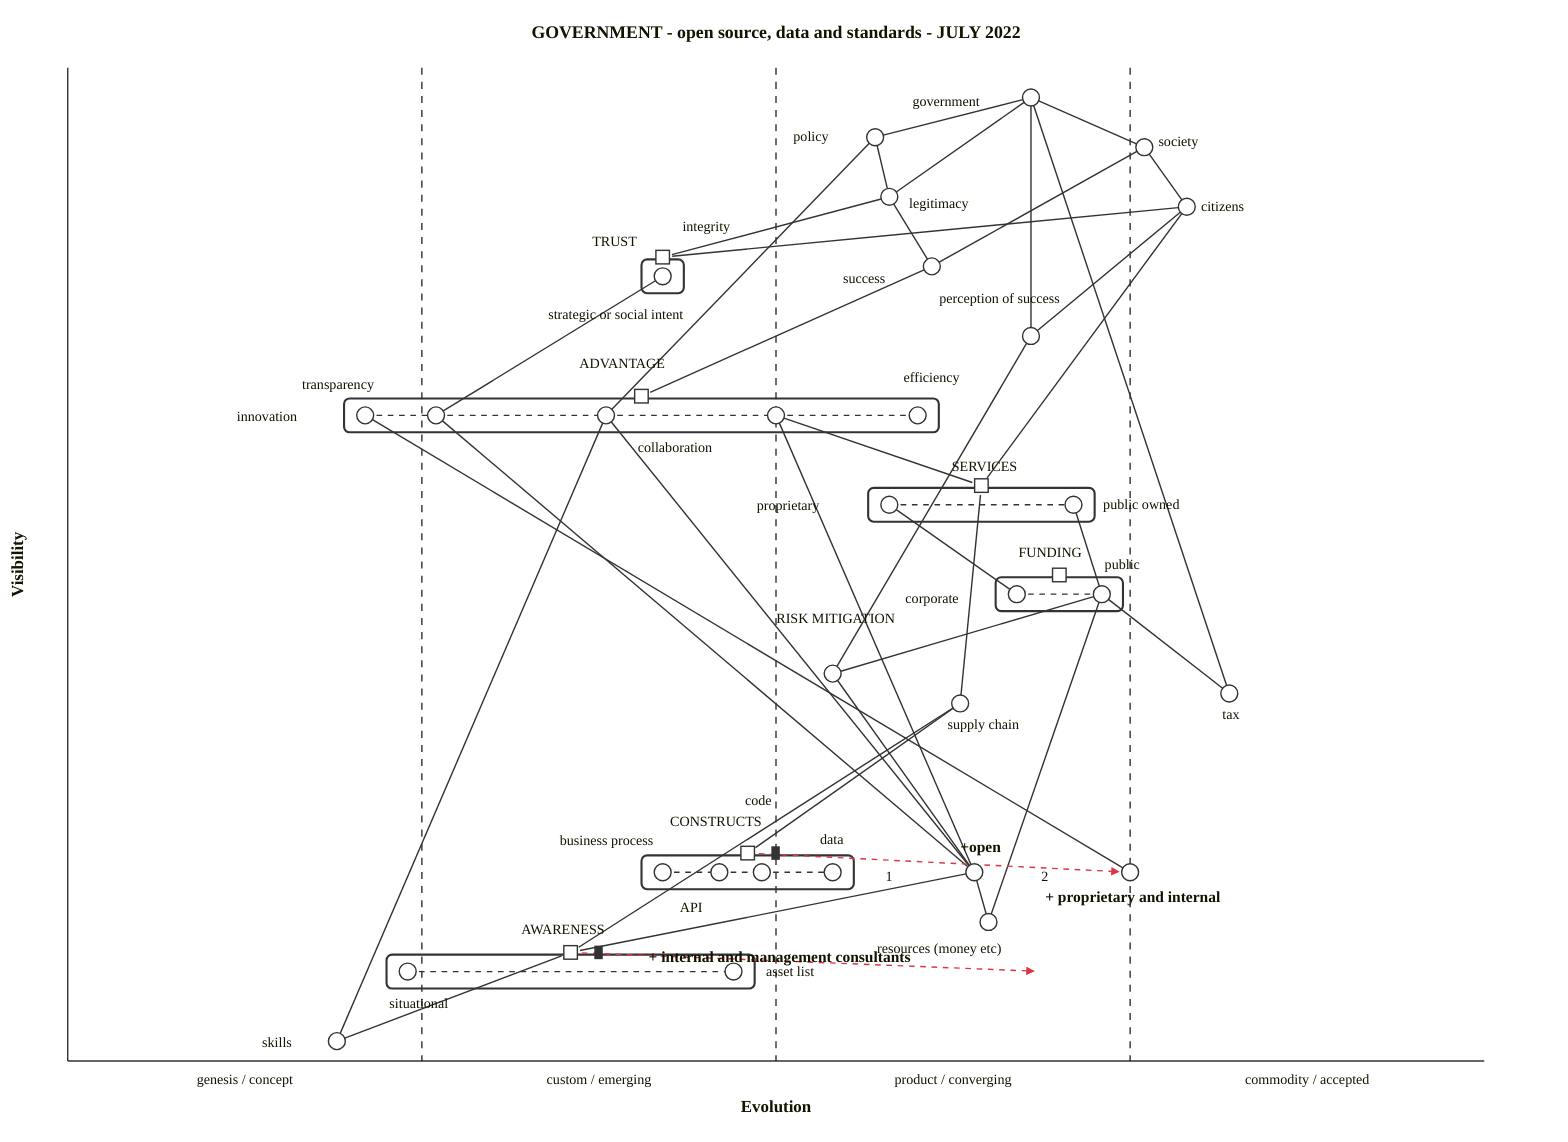
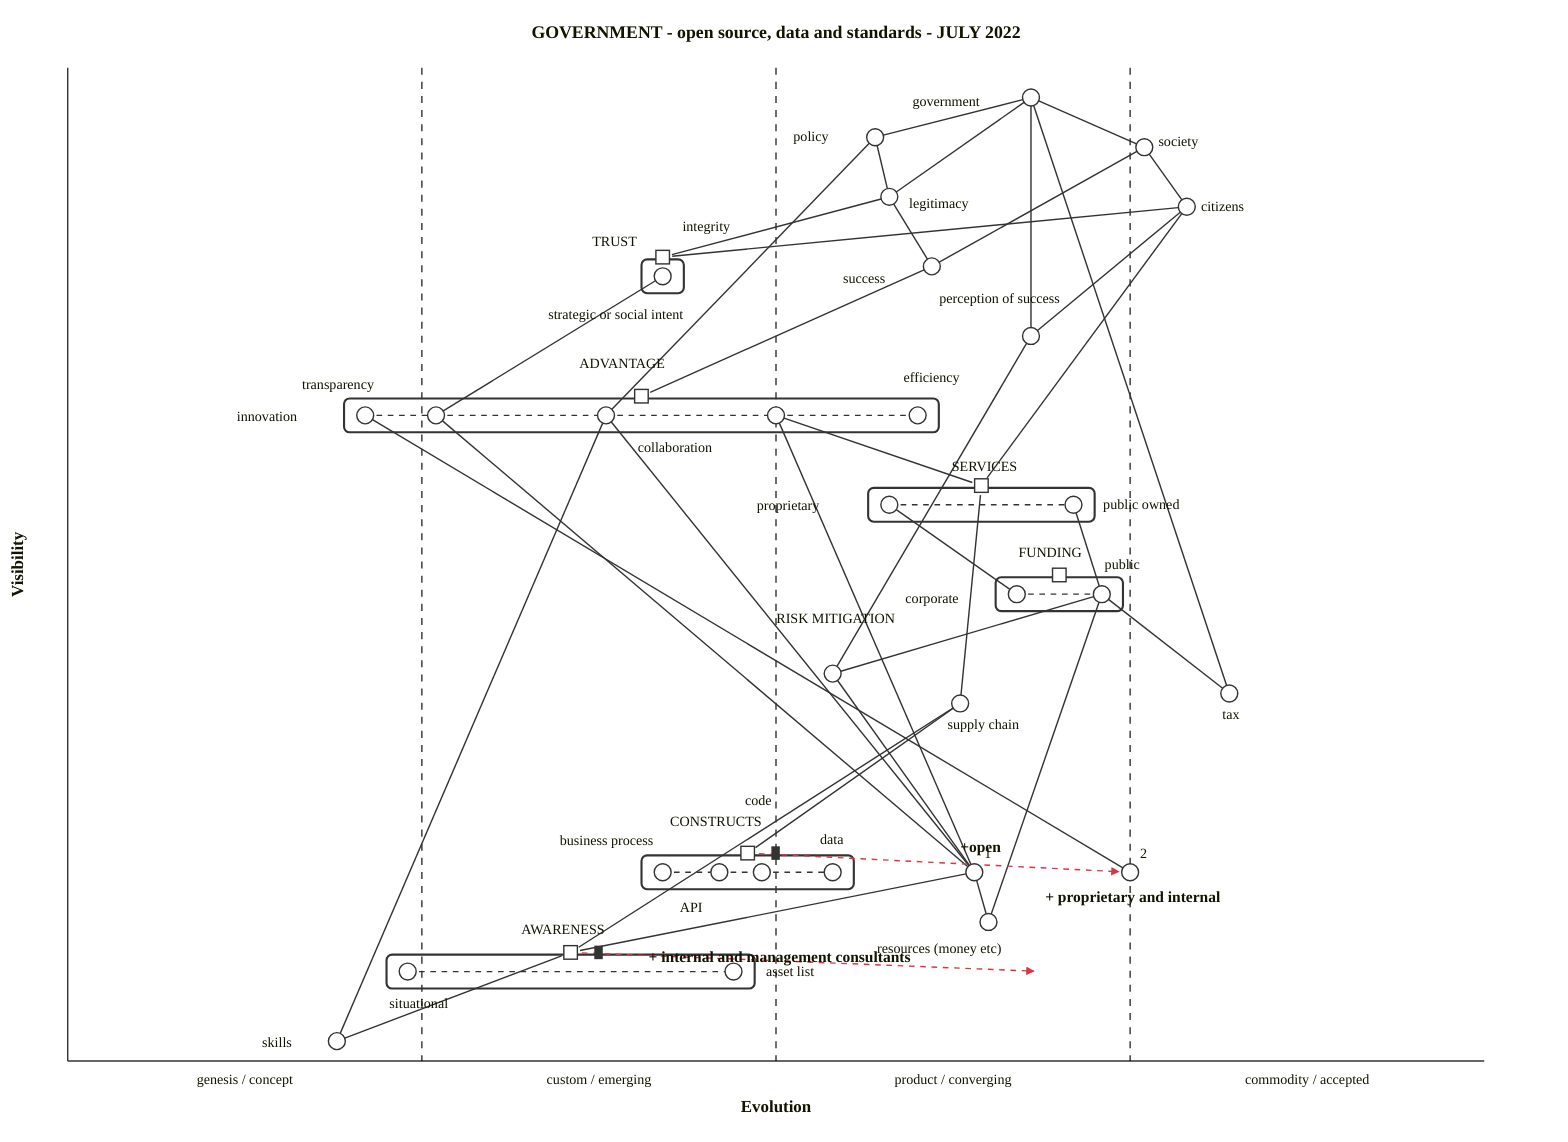
wardley-beta

title GOVERNMENT - open source, data and standards - JULY 2022
size [1100, 800]
evolution genesis / concept -> custom / emerging -> product/ converging -> commodity / accepted

note "+open" [0.21, 0.63]
component government [0.97, 0.68] label [-84, 6]
component society [0.92, 0.76] label [10, -1]
component citizens [0.86, 0.79] label [10, 3]

component FUNDING [0.47, 0.69] label [-29, -13]
pipeline FUNDING {
  component corporate [0.67] label [-79, 6]
  component public [0.73] label [2, -18]
}
component SERVICES [0.56, 0.65] label [-21, -10]
pipeline SERVICES {
  component proprietary [0.58] label [-94, 4]
  component public owned [0.71] label [21, 3]
}
- component "2" [0.19, 0.75] label [-63, 6]
+ component "2" [0.19, 0.75] label [7, -10]

component policy [0.93, 0.57] label [-58, 3]
component skills [0.02, 0.19] label [-53, 4]

note "+ proprietary and internal" [0.16, 0.69]
note "+ internal and management consultants" [0.10, 0.41]

component tax [0.37, 0.82] label [-5, 18]
component supply chain [0.36, 0.63] label [-9, 18]
component AWARENESS [0.09, 0.28] label [-35, -13] (inertia)
pipeline AWARENESS {
  component situational [0.24] label [-13, 26]
  component asset list [0.47] label [23, 3]
}
component CONSTRUCTS [0.19, 0.46] label [-55, -19] (inertia)
pipeline CONSTRUCTS {
  component business process [0.42] label [-73, -19]
  component API [0.46] label [-28, 28]
  component code [0.49] label [-12, -48]
  component data [0.54] label [-9, -20]
}
component ADVANTAGE [0.65, 0.53] label [-44, -20]
pipeline ADVANTAGE {
  component innovation [0.21] label [-91, 4]
  component transparency [0.26] label [-95, -19]
  component strategic or social intent [0.38] label [-41, -68]
  component collaboration [0.5] label [-98, 26]
  component efficiency [0.6] label [-10, -24]
}
- component "1" [0.19, 0.64] label [-63, 6]
+ component "1" [0.19, 0.64] label [7, -10]
component RISK MITIGATION [0.39, 0.54] label [-40, -36]
component perception of success [0.73, 0.68] label [-65, -23]
component success [0.80, 0.61] label [-63, 12]
component legitimacy [0.87, 0.58] label [14, 8]
component resources (money etc) [0.14, 0.65] label [-79, 22]

evolve CONSTRUCTS 0.75
evolve AWARENESS 0.69
component TRUST [0.79, 0.38] label [-50, -8]
pipeline TRUST {
  component integrity [0.42] label [14, -32]
}

transparency -> "1"

resources (money etc) -> "1"

innovation -> seed
supply chain -> CONSTRUCTS
government -> society
assessment -> "1"
society -> citizens
corporations -> profit
government -> legitimacy
legitimacy -> success
society -> success
citizens -> perception of success
government -> perception of success
perception of success -> RISK MITIGATION
citizens -> SERVICES
success -> ADVANTAGE
collaboration -> assessment
public owned -> competencies
SERVICES -> supply chain
supply chain -> standardised schemas
AWARENESS -> supply chain
AWARENESS -> re-use
standardised schemas -> re-use
efficiency -> re-use
citizens -> TRUST
legitimacy -> TRUST
re-use -> transparency
integrity -> transparency

innovation -> skunkwork
innovation -> "2"
collaboration -> "1"
collaboration -> SERVICES
corporate -> proprietary
public -> public owned
public -> RISK MITIGATION
RISK MITIGATION -> "1"
public -> tax
tax -> government
AWARENESS -> "1"
strategic or social intent -> "1"
strategic or social intent -> centre of gravity
skills -> AWARENESS
legitimacy -> policy
government -> policy
policy -> strategic or social intent
strategic or social intent -> skills
public -> resources (money etc)

